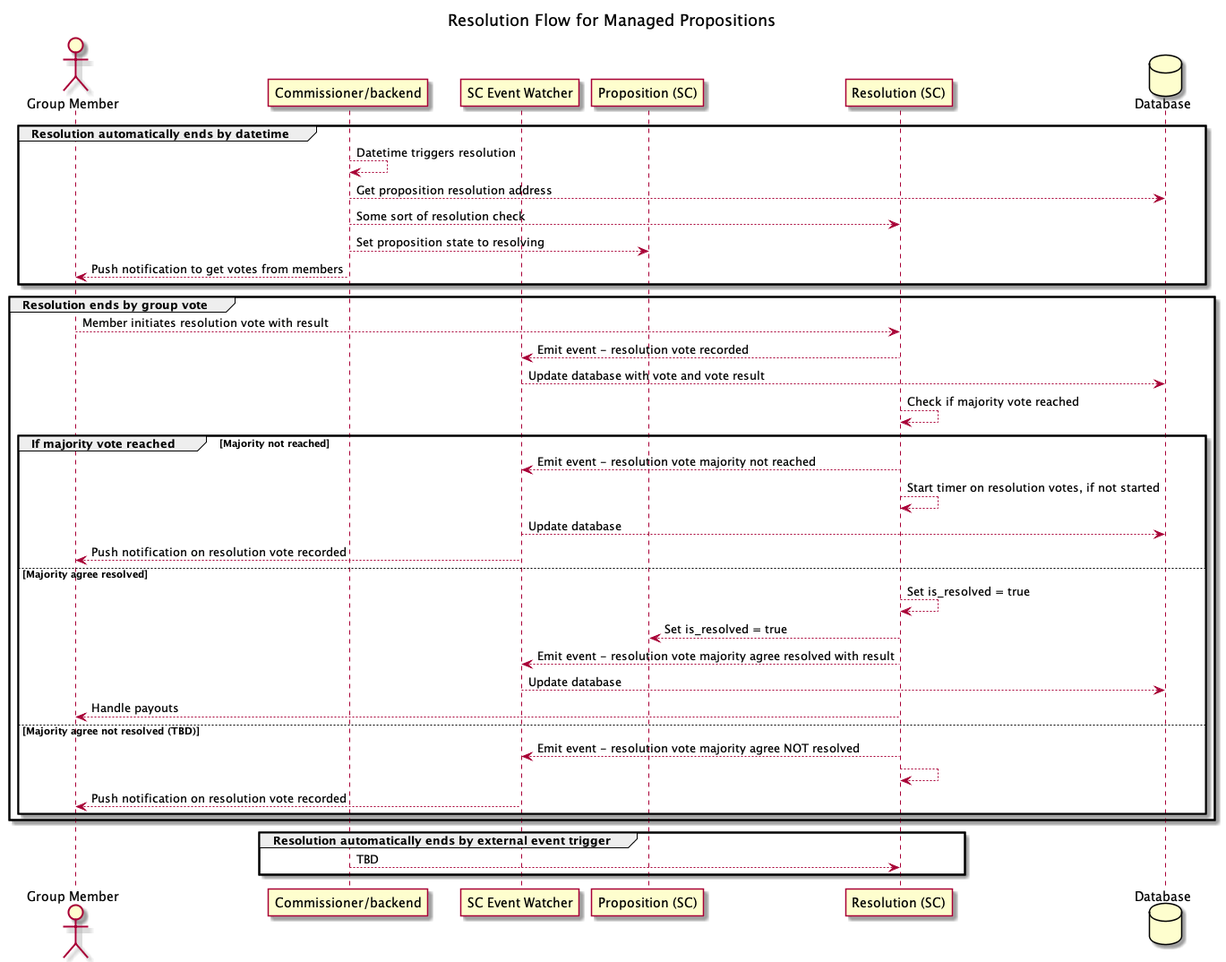
adhurjaty/prediction-app keeps this PlantUML diagram as docs/Diagrams/out/UserStories/resolution_flow.png. Above is the earlier version. Source of this version:
```plantuml
@startuml resolution_flow

title Resolution Flow for Managed Propositions

actor "Group Member" as member
participant "Commissioner/backend" as commissioner
participant "SC Event Watcher" as watcher
participant "Proposition (SC)" as proposition
participant "Resolution (SC)" as resolution
database Database as db

group Resolution automatically ends by datetime
    commissioner --> commissioner : Datetime triggers resolution
    commissioner --> db : Get proposition resolution address
    commissioner --> resolution : Some sort of resolution check
    commissioner --> proposition : Set proposition state to resolving
    commissioner --> member : Push notification to get votes from members
end

group Resolution ends by group vote
    member --> resolution : Member initiates resolution vote with result
    resolution --> watcher : Emit event - resolution vote recorded
    watcher --> db : Update database with vote and vote result
    resolution --> resolution : Check if majority vote reached

    group If majority vote reached [Majority not reached]
        resolution --> watcher : Emit event - resolution vote majority not reached
        resolution --> resolution : Start timer on resolution votes, if not started
        watcher --> db : Update database
        watcher --> member : Push notification on resolution vote recorded
    else Majority agree resolved
        resolution --> resolution : Set is_resolved = true
        resolution --> proposition : Set is_resolved = true
        resolution --> watcher : Emit event - resolution vote majority agree resolved with result
        watcher --> db : Update database
        resolution --> member : Handle payouts
    else Majority agree not resolved (TBD)
        resolution --> watcher : Emit event - resolution vote majority agree NOT resolved
        resolution --> resolution :
        watcher --> member : Push notification on resolution vote recorded
    end

end

group Resolution automatically ends by external event trigger
    commissioner --> resolution : TBD
end






@enduml
```
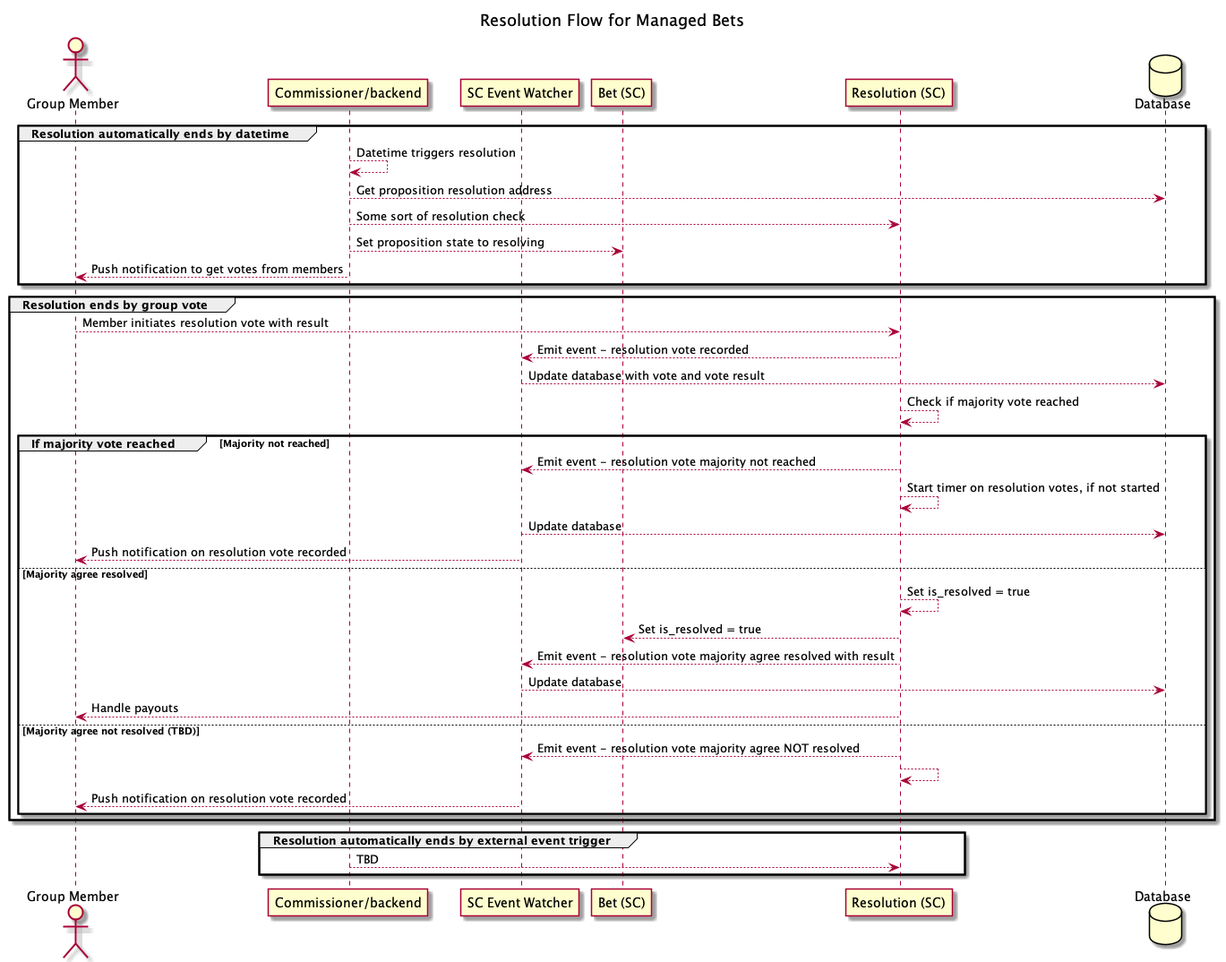
After the commit.

The edit, as a diff of the source:
```diff
@@ -1,11 +1,11 @@
 @startuml resolution_flow
 
-title Resolution Flow for Managed Propositions
+title Resolution Flow for Managed Bets
 
 actor "Group Member" as member
 participant "Commissioner/backend" as commissioner
 participant "SC Event Watcher" as watcher
-participant "Proposition (SC)" as proposition
+participant "Bet (SC)" as proposition
 participant "Resolution (SC)" as resolution
 database Database as db
 
```
